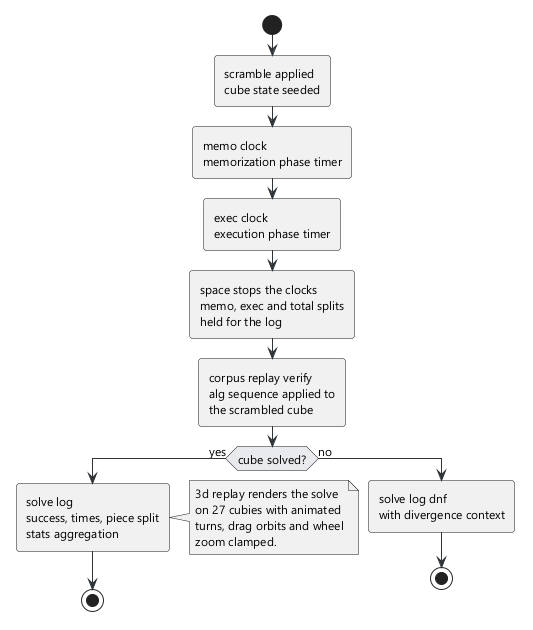
This is docs/diagrams/09-solve-flow.png from lavantien/blind-trainer, a PlantUML export, as it was before one commit.
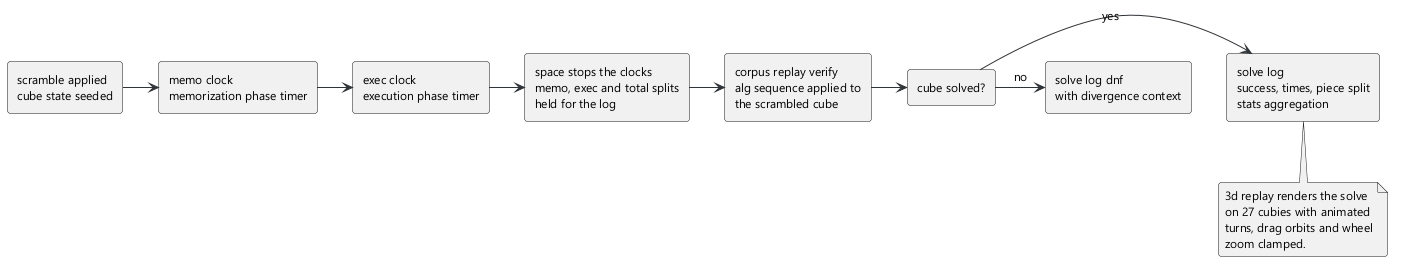
After the commit.

What changed in the source:
```diff
@@ -4,25 +4,26 @@
 skinparam defaultFontSize 12
 skinparam roundCorner 6
 skinparam ArrowColor #2f3439
-skinparam ActivityDiamondBackgroundColor #e8eaed
 skinparam NoteBackgroundColor #f4f5f6
-start
-:scramble applied\ncube state seeded;
-:memo clock\nmemorization phase timer;
-:exec clock\nexecution phase timer;
-:space stops the clocks\nmemo, exec and total splits\nheld for the log;
-:corpus replay verify\nalg sequence applied to\nthe scrambled cube;
-if (cube solved?) then (yes)
-  :solve log\nsuccess, times, piece split\nstats aggregation;
-  note right
-    3d replay renders the solve
-    on 27 cubies with animated
-    turns, drag orbits and wheel
-    zoom clamped.
-  end note
-  stop
-else (no)
-  :solve log dnf\nwith divergence context;
-  stop
-endif
+rectangle "scramble applied\ncube state seeded" as scramble
+rectangle "memo clock\nmemorization phase timer" as memo
+rectangle "exec clock\nexecution phase timer" as exec
+rectangle "space stops the clocks\nmemo, exec and total splits\nheld for the log" as stop
+rectangle "corpus replay verify\nalg sequence applied to\nthe scrambled cube" as replay
+rectangle "cube solved?" as solved
+rectangle "solve log\nsuccess, times, piece split\nstats aggregation" as success
+rectangle "solve log dnf\nwith divergence context" as dnf
+scramble -> memo
+memo -> exec
+exec -> stop
+stop -> replay
+replay -> solved
+solved -> success : yes
+solved -> dnf : no
+note bottom of success
+  3d replay renders the solve
+  on 27 cubies with animated
+  turns, drag orbits and wheel
+  zoom clamped.
+end note
 @enduml
```
